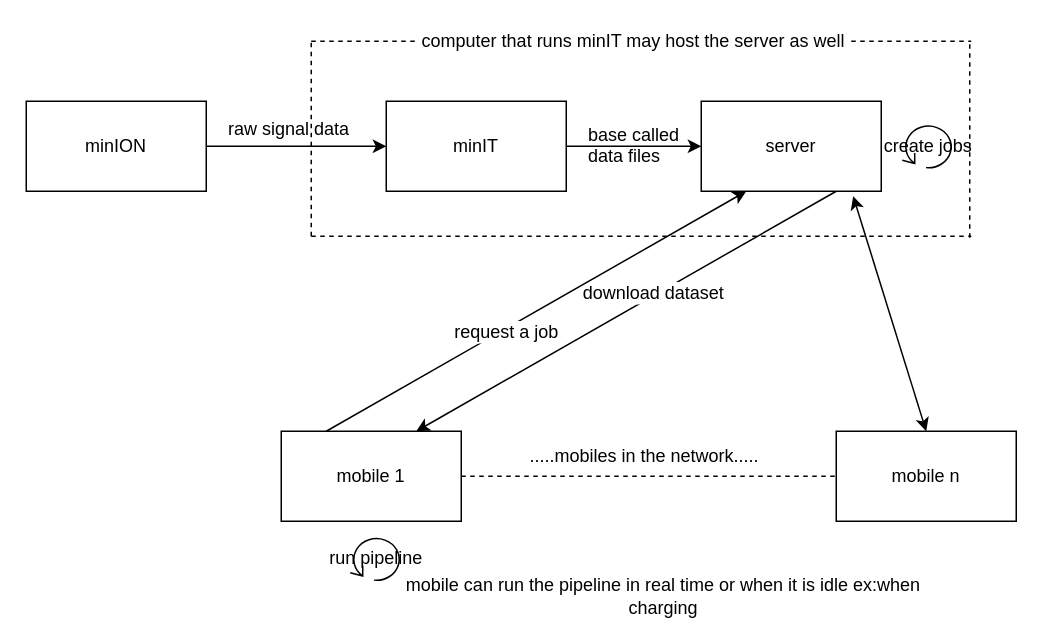
The draw.io diagram page "f5n_network" (1 of 7) of server_mobile_connection.drawio in SanojPunchihewa/f5n, before the edit. Source tidied: cells renumbered, new cells numbered last; positions are measured from the earlier drawing's top-left corner, leaving out a move shared by most shapes. Both pictures are drawn from the tidied source at 150%, with x=0, y=0 at pixel (26, 26).
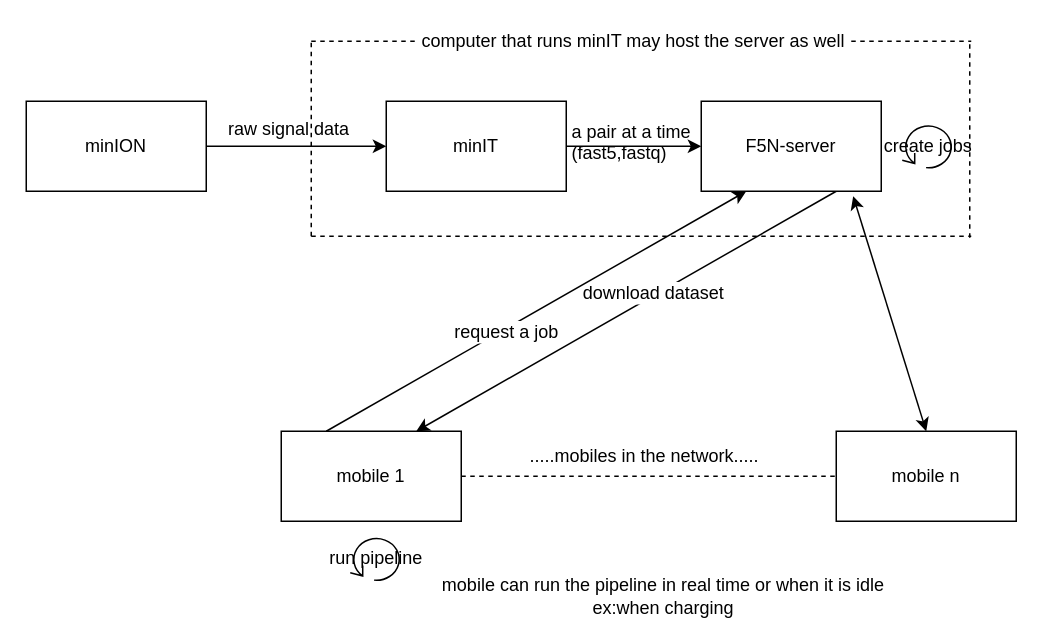
Above is the later version.

Change to the diagram source:
```diff
@@
-    <mxCell id="8" value="server" style="rounded=0;whiteSpace=wrap;html=1;" parent="1" vertex="1">
+    <mxCell id="8" value="F5N-server" style="rounded=0;whiteSpace=wrap;html=1;" parent="1" vertex="1">
       <mxGeometry x="450" y="50" width="120" height="60" as="geometry" />
     </mxCell>
@@
-    <mxCell id="26" value="mobile can run the pipeline in real time or when it is idle ex:when charging" style="text;html=1;strokeColor=none;fillColor=none;align=center;verticalAlign=middle;whiteSpace=wrap;rounded=0;" parent="1" vertex="1">
+    <mxCell id="26" value="&lt;div&gt;mobile can run the pipeline in real time or when it is idle &lt;br&gt;&lt;/div&gt;&lt;div&gt;ex:when charging&lt;/div&gt;" style="text;html=1;strokeColor=none;fillColor=none;align=center;verticalAlign=middle;whiteSpace=wrap;rounded=0;" parent="1" vertex="1">
       <mxGeometry x="250" y="370" width="350" height="20" as="geometry" />
     </mxCell>
-    <mxCell id="27" value="&lt;div&gt;base called&lt;/div&gt;&lt;div&gt;data files&lt;br&gt;&lt;/div&gt;" style="text;html=1;align=left;verticalAlign=top;spacingTop=-4;" parent="1" vertex="1">
-      <mxGeometry x="373" y="63" width="80" height="30" as="geometry" />
+    <mxCell id="27" value="a pair at a time&lt;br&gt;&lt;div&gt;(fast5,fastq)&lt;br&gt;&lt;/div&gt;" style="text;html=1;align=left;verticalAlign=top;spacingTop=-4;" parent="1" vertex="1">
+      <mxGeometry x="362" y="61" width="90" height="28" as="geometry" />
     </mxCell>
```
